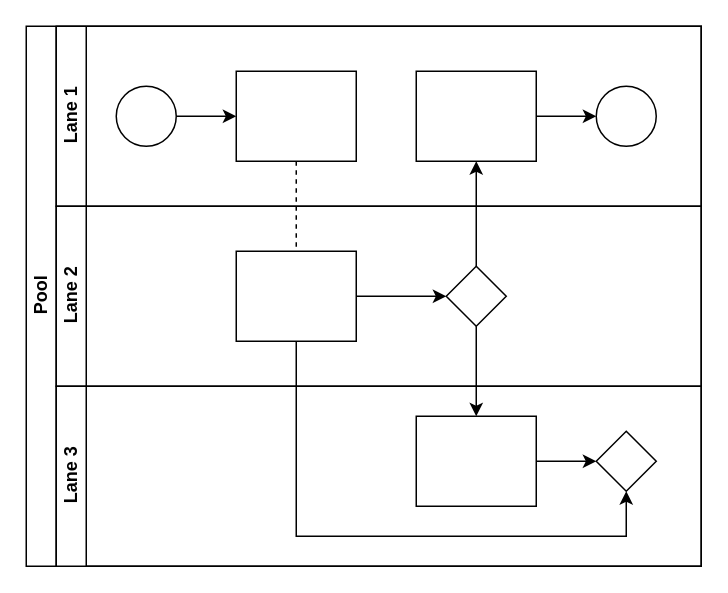
Before: Untitled Diagram.drawio in ramnaveen1099/nav, a draw.io diagram. Source tidied: cells renumbered, new cells numbered last; positions are measured from the earlier drawing's top-left corner, leaving out a move shared by most shapes. Both pictures are drawn from the tidied source at 150%, with x=0, y=0 at pixel (26, 26).
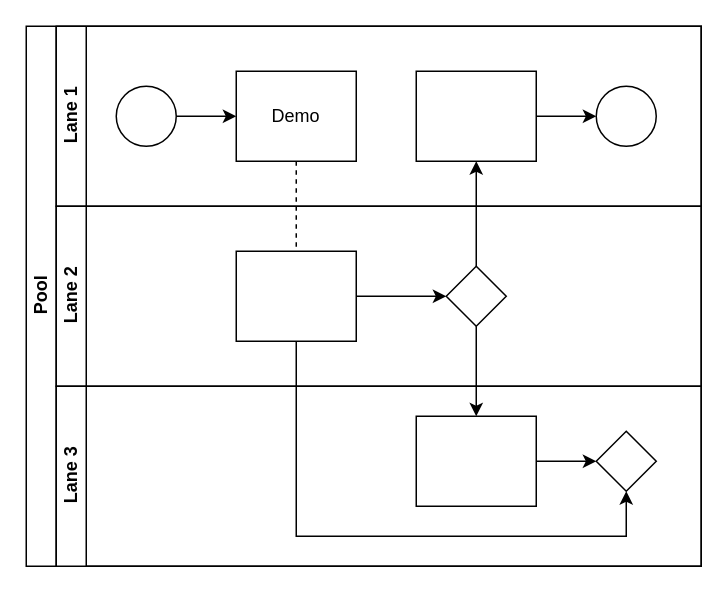
The same page after the edit.

The change refers to these unchanged cells:
```xml
<mxCell id="7" value="Lane 1" style="swimlane;html=1;startSize=20;horizontal=0;" parent="2" vertex="1">
  <mxGeometry x="20" width="430" height="120" as="geometry" />
</mxCell>
```

What changed in the source:
```diff
@@
-    <mxCell id="10" style="rounded=0;whiteSpace=wrap;html=1;fontFamily=Helvetica;fontSize=12;fontColor=#000000;align=center;" parent="7" vertex="1">
+    <mxCell id="10" value="Demo" style="rounded=0;whiteSpace=wrap;html=1;fontFamily=Helvetica;fontSize=12;fontColor=#000000;align=center;" parent="7" vertex="1">
       <mxGeometry x="120" y="30" width="80" height="60" as="geometry" />
     </mxCell>
```
